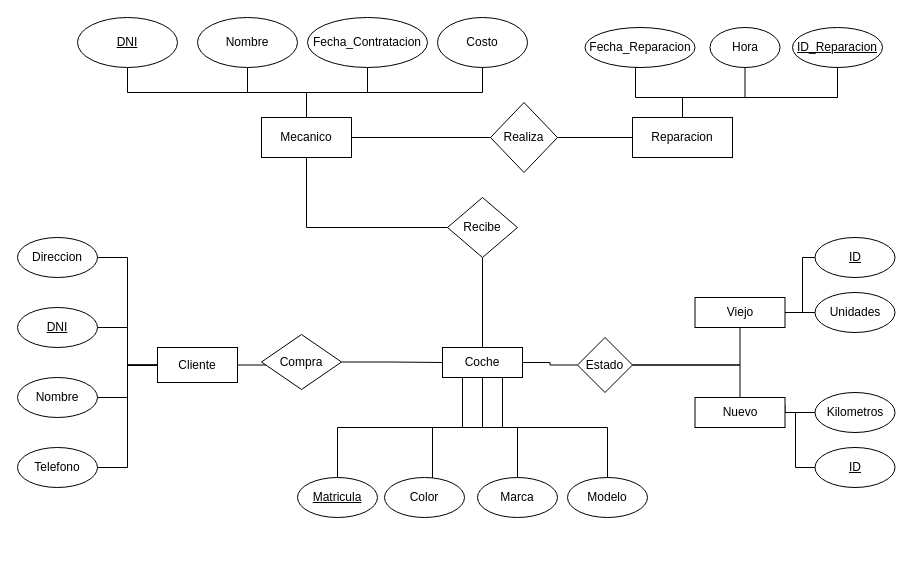
This is page "Page-1" (1 of 2) of Untitled Diagram.drawio from ManruizUnBosque/WorkShop4, a draw.io file, before an edit. Source tidied: cells renumbered, new cells numbered last; positions are measured from the earlier drawing's top-left corner, leaving out a move shared by most shapes. Both pictures are drawn from the tidied source at 100%, with x=0, y=0 at pixel (17, 17).
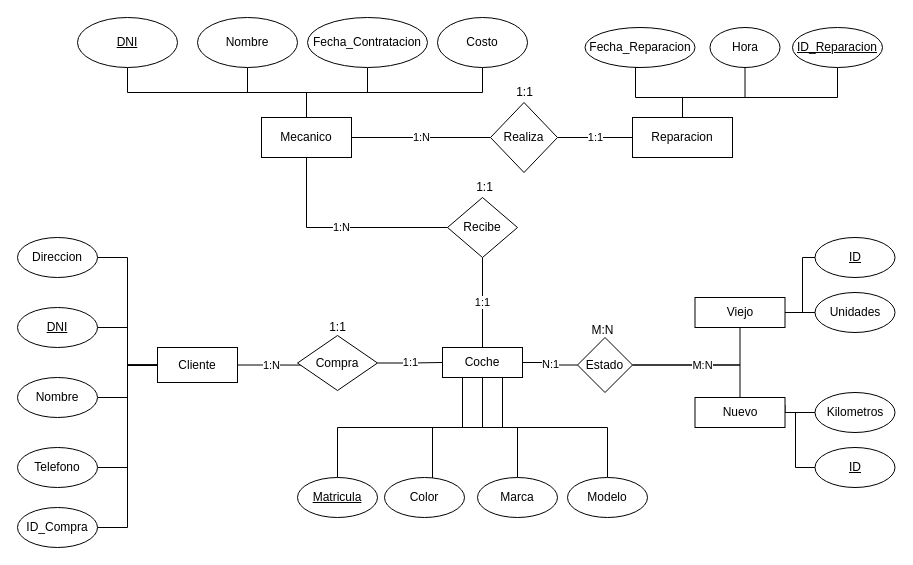
Above is the later version.

The change refers to these unchanged cells:
```xml
<mxCell id="3" value="Cliente" style="rounded=0;whiteSpace=wrap;html=1;" parent="1" vertex="1">
  <mxGeometry x="140" y="330" width="80" height="35" as="geometry" />
</mxCell>
<mxCell id="9" value="Coche" style="rounded=0;whiteSpace=wrap;html=1;" parent="1" vertex="1">
  <mxGeometry x="425" y="330" width="80" height="30" as="geometry" />
</mxCell>
<mxCell id="12" value="Nuevo" style="rounded=0;whiteSpace=wrap;html=1;" parent="1" vertex="1">
  <mxGeometry x="677.5" y="380" width="90" height="30" as="geometry" />
</mxCell>
<mxCell id="17" value="Mecanico" style="rounded=0;whiteSpace=wrap;html=1;" parent="1" vertex="1">
  <mxGeometry x="244" y="100" width="90" height="40" as="geometry" />
</mxCell>
<mxCell id="22" value="Recibe" style="rhombus;whiteSpace=wrap;html=1;" parent="1" vertex="1">
  <mxGeometry x="430" y="180" width="70" height="60" as="geometry" />
</mxCell>
<mxCell id="50" value="Reparacion" style="rounded=0;whiteSpace=wrap;html=1;" parent="1" vertex="1">
  <mxGeometry x="615" y="100" width="100" height="40" as="geometry" />
</mxCell>
<mxCell id="52" value="Realiza" style="rhombus;whiteSpace=wrap;html=1;" parent="1" vertex="1">
  <mxGeometry x="473" y="85" width="67" height="70" as="geometry" />
</mxCell>
<mxCell id="56" value="Estado" style="rhombus;whiteSpace=wrap;html=1;" parent="1" vertex="1">
  <mxGeometry x="560" y="320" width="55" height="55" as="geometry" />
</mxCell>
```

What changed in the source:
```diff
@@
-    <mxCell id="2" style="edgeStyle=orthogonalEdgeStyle;rounded=0;jettySize=auto;html=1;exitX=1;exitY=0.5;exitDx=0;exitDy=0;entryX=0.1;entryY=0.538;entryDx=0;entryDy=0;entryPerimeter=0;endArrow=none;endFill=0;" parent="1" edge="1" source="3" target="19">
+    <mxCell id="2" value="1:N" style="edgeStyle=orthogonalEdgeStyle;rounded=0;jettySize=auto;html=1;exitX=1;exitY=0.5;exitDx=0;exitDy=0;entryX=0.1;entryY=0.538;entryDx=0;entryDy=0;entryPerimeter=0;endArrow=none;endFill=0;" parent="1" edge="1" source="3" target="19">
       <mxGeometry relative="1" as="geometry" />
     </mxCell>
+    <mxCell id="59" style="edgeStyle=orthogonalEdgeStyle;rounded=0;jettySize=auto;html=1;entryX=1;entryY=0.5;entryDx=0;entryDy=0;endArrow=none;endFill=0;" parent="1" edge="1" source="3" target="62">
+      <mxGeometry relative="1" as="geometry" />
+    </mxCell>
@@
-    <mxCell id="8" style="edgeStyle=orthogonalEdgeStyle;rounded=0;jettySize=auto;html=1;exitX=1;exitY=0.5;exitDx=0;exitDy=0;entryX=0;entryY=0.5;entryDx=0;entryDy=0;endArrow=none;endFill=0;" parent="1" edge="1" source="9" target="56">
+    <mxCell id="8" value="N:1" style="edgeStyle=orthogonalEdgeStyle;rounded=0;jettySize=auto;html=1;exitX=1;exitY=0.5;exitDx=0;exitDy=0;entryX=0;entryY=0.5;entryDx=0;entryDy=0;endArrow=none;endFill=0;" parent="1" edge="1" source="9" target="56">
       <mxGeometry relative="1" as="geometry" />
     </mxCell>
@@
-    <mxCell id="16" style="edgeStyle=orthogonalEdgeStyle;rounded=0;jettySize=auto;html=1;exitX=1;exitY=0.5;exitDx=0;exitDy=0;entryX=0;entryY=0.5;entryDx=0;entryDy=0;endArrow=none;endFill=0;" parent="1" edge="1" source="17" target="52">
+    <mxCell id="16" value="1:N" style="edgeStyle=orthogonalEdgeStyle;rounded=0;jettySize=auto;html=1;exitX=1;exitY=0.5;exitDx=0;exitDy=0;entryX=0;entryY=0.5;entryDx=0;entryDy=0;endArrow=none;endFill=0;" parent="1" edge="1" source="17" target="52">
       <mxGeometry relative="1" as="geometry" />
     </mxCell>
@@
-    <mxCell id="18" style="edgeStyle=orthogonalEdgeStyle;rounded=0;jettySize=auto;html=1;exitX=1;exitY=0.5;exitDx=0;exitDy=0;endArrow=none;endFill=0;" parent="1" edge="1" source="19" target="9">
+    <mxCell id="18" value="1:1" style="edgeStyle=orthogonalEdgeStyle;rounded=0;jettySize=auto;html=1;exitX=1;exitY=0.5;exitDx=0;exitDy=0;endArrow=none;endFill=0;" parent="1" edge="1" source="19" target="9">
       <mxGeometry relative="1" as="geometry" />
     </mxCell>
     <mxCell id="19" value="Compra" style="rhombus;whiteSpace=wrap;html=1;" parent="1" vertex="1">
-      <mxGeometry x="244" y="317" width="80" height="55" as="geometry" />
+      <mxGeometry x="280" y="318" width="80" height="55" as="geometry" />
     </mxCell>
-    <mxCell id="20" style="edgeStyle=orthogonalEdgeStyle;rounded=0;jettySize=auto;html=1;exitX=0;exitY=0.5;exitDx=0;exitDy=0;entryX=0.5;entryY=1;entryDx=0;entryDy=0;endArrow=none;endFill=0;" parent="1" edge="1" source="22" target="17">
+    <mxCell id="20" value="1:N" style="edgeStyle=orthogonalEdgeStyle;rounded=0;jettySize=auto;html=1;exitX=0;exitY=0.5;exitDx=0;exitDy=0;entryX=0.5;entryY=1;entryDx=0;entryDy=0;endArrow=none;endFill=0;" parent="1" edge="1" source="22" target="17">
       <mxGeometry relative="1" as="geometry" />
     </mxCell>
-    <mxCell id="21" style="edgeStyle=orthogonalEdgeStyle;rounded=0;jettySize=auto;html=1;exitX=0.5;exitY=1;exitDx=0;exitDy=0;endArrow=none;endFill=0;" parent="1" edge="1" source="22" target="9">
+    <mxCell id="21" value="1:1" style="edgeStyle=orthogonalEdgeStyle;rounded=0;jettySize=auto;html=1;exitX=0.5;exitY=1;exitDx=0;exitDy=0;endArrow=none;endFill=0;" parent="1" edge="1" source="22" target="9">
       <mxGeometry relative="1" as="geometry">
         <Array as="points">
           <mxPoint x="465" y="240" />
         </Array>
       </mxGeometry>
     </mxCell>
@@
-    <mxCell id="51" style="edgeStyle=orthogonalEdgeStyle;rounded=0;jettySize=auto;html=1;exitX=1;exitY=0.5;exitDx=0;exitDy=0;endArrow=none;endFill=0;" parent="1" edge="1" source="52" target="50">
+    <mxCell id="51" value="1:1" style="edgeStyle=orthogonalEdgeStyle;rounded=0;jettySize=auto;html=1;exitX=1;exitY=0.5;exitDx=0;exitDy=0;endArrow=none;endFill=0;" parent="1" edge="1" source="52" target="50">
       <mxGeometry relative="1" as="geometry" />
     </mxCell>
@@
-    <mxCell id="55" style="edgeStyle=orthogonalEdgeStyle;rounded=0;jettySize=auto;html=1;exitX=1;exitY=0.5;exitDx=0;exitDy=0;endArrow=none;endFill=0;" parent="1" edge="1" source="56" target="12">
+    <mxCell id="55" value="M:N" style="edgeStyle=orthogonalEdgeStyle;rounded=0;jettySize=auto;html=1;exitX=1;exitY=0.5;exitDx=0;exitDy=0;endArrow=none;endFill=0;" parent="1" edge="1" source="56" target="12">
       <mxGeometry relative="1" as="geometry" />
     </mxCell>
@@
+    <mxCell id="60" value="1:1" style="text;html=1;align=center;verticalAlign=middle;strokeColor=none;fillColor=none;" parent="1" vertex="1">
+      <mxGeometry x="447" y="155" width="40" height="30" as="geometry" />
+    </mxCell>
+    <mxCell id="61" value="1:1" style="text;html=1;align=center;verticalAlign=middle;strokeColor=none;fillColor=none;" parent="1" vertex="1">
+      <mxGeometry x="486.5" y="60" width="40" height="30" as="geometry" />
+    </mxCell>
+    <mxCell id="62" value="ID_Compra" style="ellipse;whiteSpace=wrap;html=1;" parent="1" vertex="1">
+      <mxGeometry y="490" width="80" height="40" as="geometry" />
+    </mxCell>
+    <mxCell id="63" value="1:1" style="text;html=1;align=center;verticalAlign=middle;strokeColor=none;fillColor=none;" parent="1" vertex="1">
+      <mxGeometry x="300" y="295" width="40" height="30" as="geometry" />
+    </mxCell>
+    <mxCell id="64" value="M:N" style="text;html=1;align=center;verticalAlign=middle;strokeColor=none;fillColor=none;" parent="1" vertex="1">
+      <mxGeometry x="560" y="298" width="50" height="30" as="geometry" />
+    </mxCell>
```
